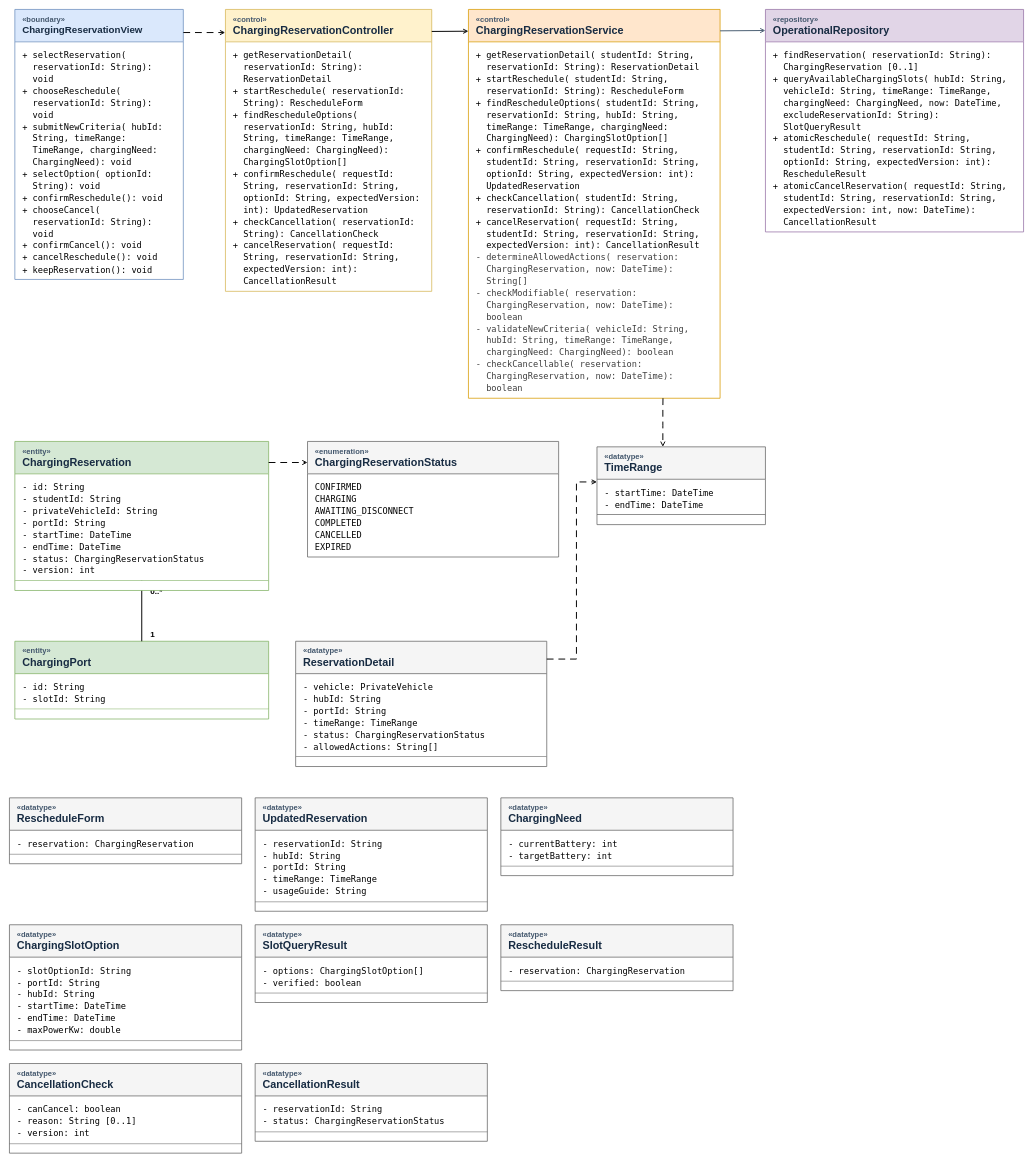
The draw.io diagram docs/hoangnhan_submission3/UC09.drawio in nhanbui304/smart-emobility-hub, before the edit. Source tidied: cells renumbered, new cells numbered last; positions are measured from the earlier drawing's top-left corner, leaving out a move shared by most shapes. Both pictures are drawn from the tidied source at 54%, with x=0, y=0 at pixel (9, 9).
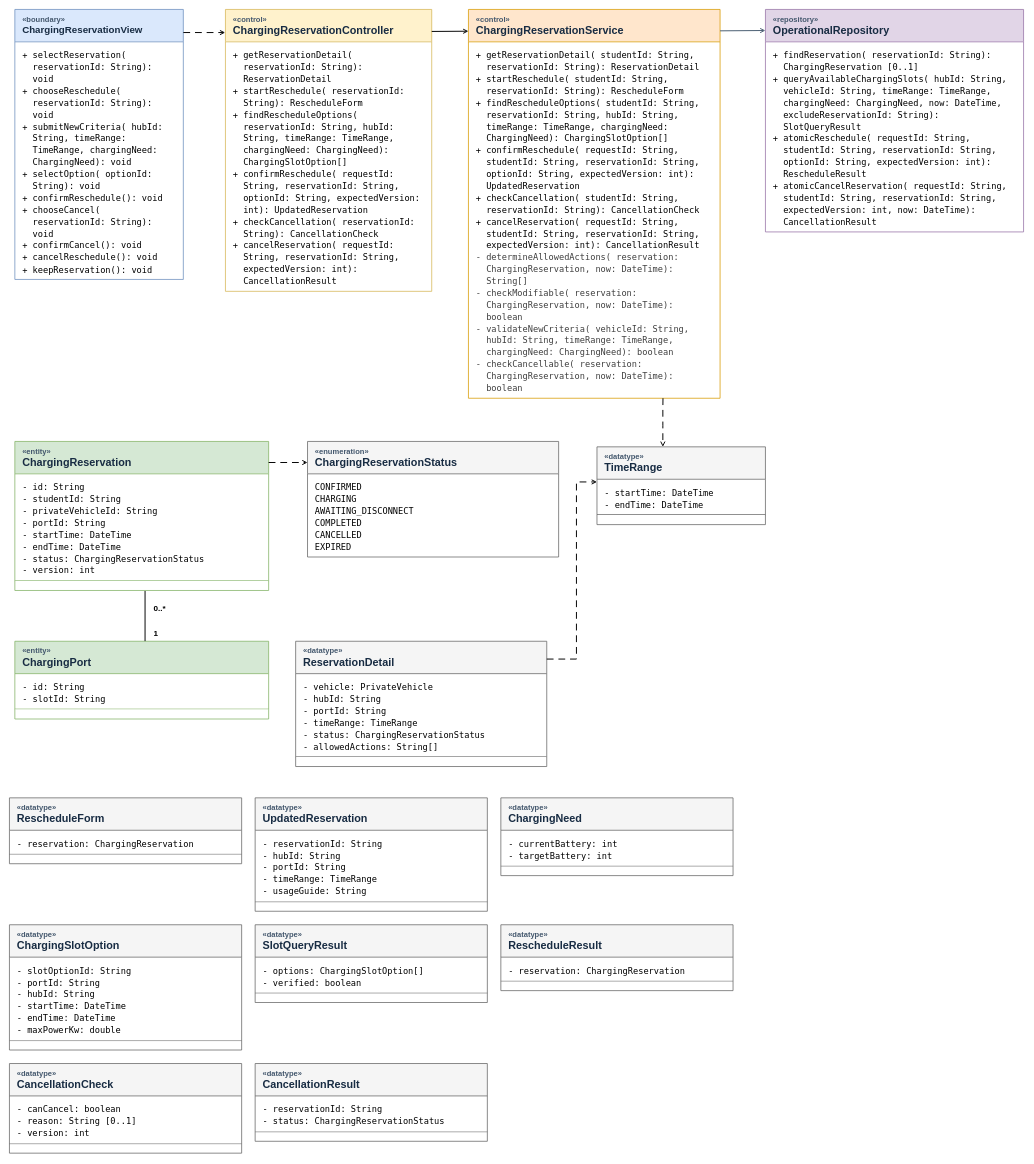
The same diagram, later.

Unchanged cells that the change refers to:
```xml
<mxCell id="10" value="&lt;div style=&quot;font-size:14px;color:#42566c;&quot;&gt;«entity»&lt;/div&gt;&lt;div style=&quot;font-size:20px;font-weight:bold;&quot;&gt;ChargingReservation&lt;/div&gt;" style="swimlane;startSize=60;horizontal=1;html=1;rounded=0;align=left;verticalAlign=middle;spacingLeft=12;fontColor=#182C43;fillColor=#d5e8d4;swimlaneFillColor=#ffffff;strokeColor=#82b366;strokeWidth=1.4;" parent="1" vertex="1">
  <mxGeometry x="10" y="800" width="470" height="258" as="geometry" />
</mxCell>
<mxCell id="16" value="&lt;div style=&quot;font-size:14px;color:#42566c;&quot;&gt;«entity»&lt;/div&gt;&lt;div style=&quot;font-size:20px;font-weight:bold;&quot;&gt;ChargingPort&lt;/div&gt;" style="swimlane;startSize=60;horizontal=1;html=1;rounded=0;align=left;verticalAlign=middle;spacingLeft=12;fontColor=#182C43;fillColor=#d5e8d4;swimlaneFillColor=#ffffff;strokeColor=#82b366;strokeWidth=1.4;" parent="1" vertex="1">
  <mxGeometry x="10" y="1170" width="470" height="126" as="geometry" />
</mxCell>
<mxCell id="62" value="&lt;div style=&quot;font-size: 14px; color: rgb(66, 86, 108);&quot;&gt;&lt;br&gt;&lt;/div&gt;" style="swimlane;startSize=0;horizontal=1;html=1;rounded=0;align=left;verticalAlign=middle;spacingLeft=12;fontColor=#182C43;fillColor=#d5e8d4;swimlaneFillColor=#ffffff;strokeColor=#82b366;strokeWidth=1.4;" parent="1" vertex="1">
  <mxGeometry x="10" y="1058" width="470" height="18" as="geometry" />
</mxCell>
```

Change to the diagram source:
```diff
@@
-    <mxCell id="26" style="noEdgeStyle=1;html=1;rounded=0;endArrow=none;endFill=0;dashed=0;dashPattern=7 5;strokeColor=#000000;strokeWidth=1.8;exitPerimeter=0;entryPerimeter=0;exitX=0.500000;exitY=1.000000;entryX=0.500000;entryY=0.000000;" parent="1" edge="1" source="10" target="16">
+    <mxCell id="26" style="noEdgeStyle=1;html=1;rounded=0;endArrow=none;endFill=0;dashed=0;dashPattern=7 5;strokeColor=#000000;strokeWidth=1.8;exitX=0.513;exitY=1.031;entryX=0.513;entryY=-0.002;exitDx=0;exitDy=0;entryDx=0;entryDy=0;exitPerimeter=0;entryPerimeter=0;" parent="1" edge="1" source="62" target="16">
       <mxGeometry relative="1" as="geometry" />
     </mxCell>
     <mxCell id="27" value="0..*" style="edgeLabel;html=1;align=center;verticalAlign=middle;fontSize=15;fontStyle=1;labelBackgroundColor=#ffffff;" parent="26" vertex="1">
       <mxGeometry x="-1" relative="1" as="geometry">
-        <mxPoint x="26" y="18" as="offset" />
+        <mxPoint x="26" y="32" as="offset" />
       </mxGeometry>
     </mxCell>
```
